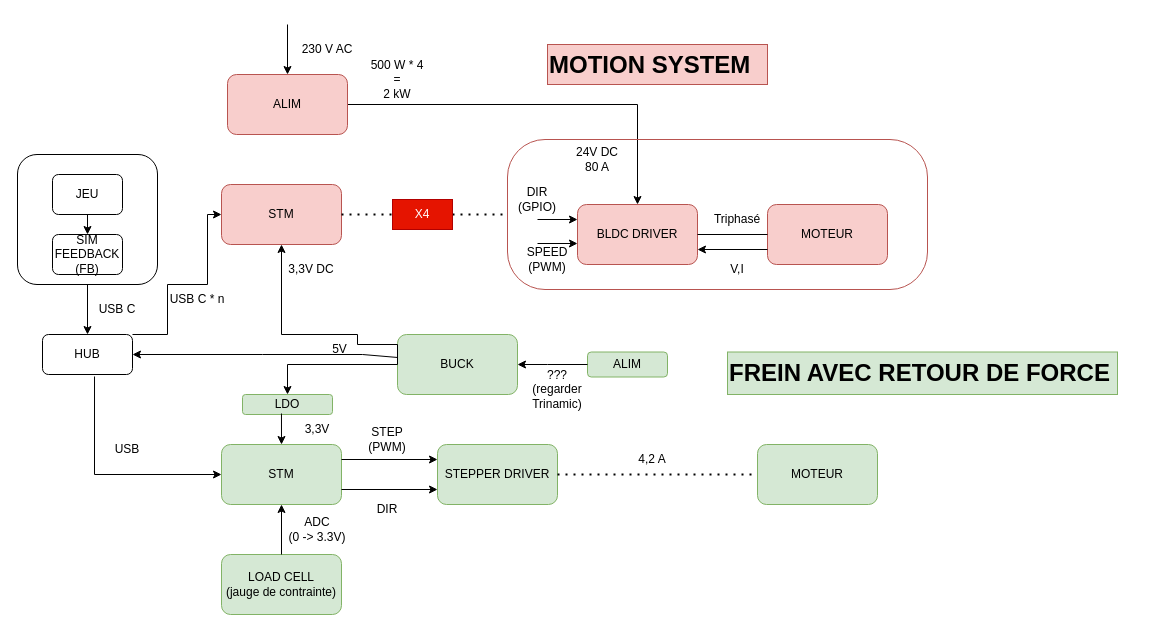
This is Architecture/Diagramme d'architecture BIS.drawio from MOAalpha/2425_Projet1AB_SIMU4DX, a draw.io file, before an edit. Source tidied: cells renumbered, new cells numbered last; positions are measured from the earlier drawing's top-left corner, leaving out a move shared by most shapes. Both pictures are drawn from the tidied source at 100%, with x=0, y=0 at pixel (17, 24).
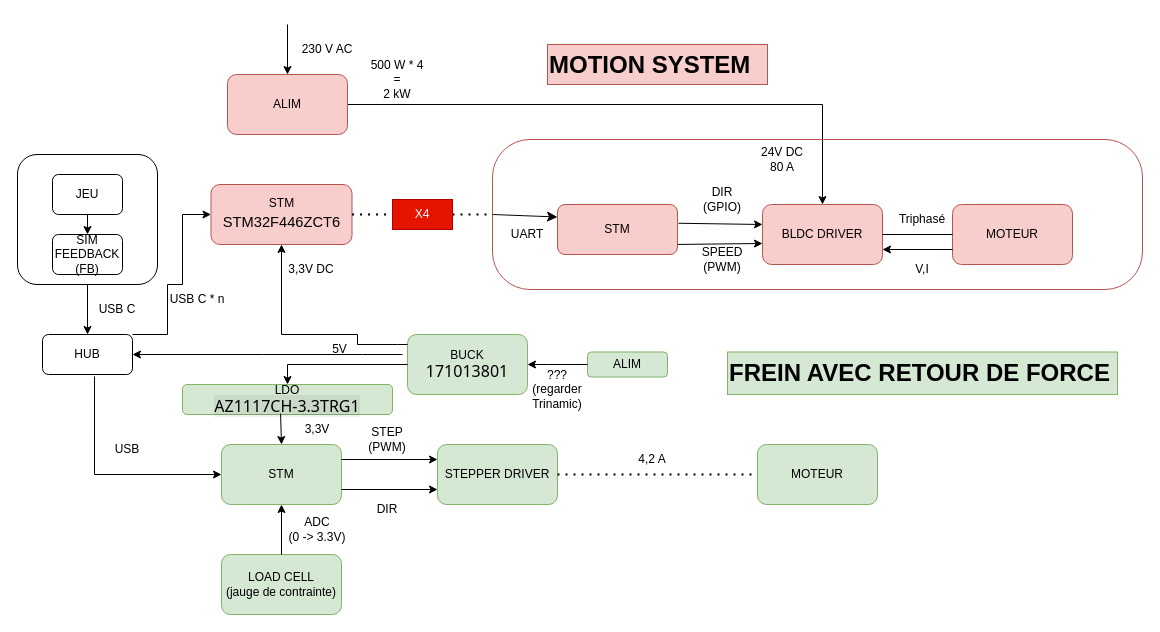
The same diagram, later.

Commit message:
Ajout d'une liaison UART

Unchanged cells that the change refers to:
```xml
<mxCell id="9" value="STM" style="rounded=1;whiteSpace=wrap;html=1;fillColor=#d5e8d4;strokeColor=#82b366;" parent="1" vertex="1">
  <mxGeometry x="204" y="420" width="120" height="60" as="geometry" />
</mxCell>
<mxCell id="10" value="HUB" style="rounded=1;whiteSpace=wrap;html=1;" parent="1" vertex="1">
  <mxGeometry x="25" y="310" width="90" height="40" as="geometry" />
</mxCell>
```

What changed in the source:
```diff
@@
-    <mxCell id="5" value="STM" style="rounded=1;whiteSpace=wrap;html=1;fillColor=#f8cecc;strokeColor=#b85450;" parent="1" vertex="1">
-      <mxGeometry x="204" y="160" width="120" height="60" as="geometry" />
+    <mxCell id="5" value="STM&lt;div&gt;&lt;div style=&quot;font-size: medium;&quot;&gt;&lt;table style=&quot;border-collapse: collapse; width: 116pt;&quot; width=&quot;154&quot;&gt;&lt;colgroup&gt;&lt;col style=&quot;width: 116pt;&quot; width=&quot;154&quot;&gt;&lt;/colgroup&gt;&lt;tbody&gt;&lt;tr style=&quot;height: 15pt;&quot; height=&quot;20&quot;&gt;&lt;td style=&quot;padding-top: 1px; padding-right: 1px; padding-left: 1px; font-size: 11pt; font-family: &amp;quot;Aptos Narrow&amp;quot;, sans-serif; vertical-align: bottom; border: none; text-wrap-mode: nowrap; width: 116pt; height: 15pt;&quot; height=&quot;20&quot; width=&quot;154&quot;&gt;STM32F446ZCT6&lt;/td&gt;&lt;/tr&gt;&lt;/tbody&gt;&lt;/table&gt;&lt;/div&gt;&lt;/div&gt;&lt;div&gt;&lt;div style=&quot;font-size: medium; text-align: start;&quot;&gt;&lt;/div&gt;&lt;/div&gt;" style="rounded=1;whiteSpace=wrap;html=1;fillColor=#f8cecc;strokeColor=#b85450;" parent="1" vertex="1">
+      <mxGeometry x="193.5" y="160" width="141" height="60" as="geometry" />
     </mxCell>
     <mxCell id="6" value="BLDC DRIVER" style="rounded=1;whiteSpace=wrap;html=1;fillColor=#f8cecc;strokeColor=#b85450;" parent="1" vertex="1">
-      <mxGeometry x="560" y="180" width="120" height="60" as="geometry" />
+      <mxGeometry x="745" y="180" width="120" height="60" as="geometry" />
     </mxCell>
     <mxCell id="7" value="MOTEUR" style="rounded=1;whiteSpace=wrap;html=1;fillColor=#f8cecc;strokeColor=#b85450;" parent="1" vertex="1">
-      <mxGeometry x="750" y="180" width="120" height="60" as="geometry" />
+      <mxGeometry x="935" y="180" width="120" height="60" as="geometry" />
     </mxCell>
     <mxCell id="8" value="24V DC&lt;div&gt;80 A&lt;/div&gt;" style="text;html=1;align=center;verticalAlign=middle;whiteSpace=wrap;rounded=0;" parent="1" vertex="1">
-      <mxGeometry x="550" y="120" width="60" height="30" as="geometry" />
+      <mxGeometry x="735" y="120" width="60" height="30" as="geometry" />
     </mxCell>
@@
-    <mxCell id="11" value="LDO" style="rounded=1;whiteSpace=wrap;html=1;fillColor=#d5e8d4;strokeColor=#82b366;" parent="1" vertex="1">
-      <mxGeometry x="225" y="370" width="90" height="20" as="geometry" />
+    <mxCell id="11" value="LDO&lt;div&gt;&lt;span style=&quot;font-family: &amp;quot;gg sans&amp;quot;, &amp;quot;Noto Sans&amp;quot;, &amp;quot;Helvetica Neue&amp;quot;, Helvetica, Arial, sans-serif; font-size: 16px; text-align: left; white-space-collapse: break-spaces; background-color: oklab(0.0846607 0.00000385568 0.00000169128 / 0.06);&quot;&gt;&lt;font style=&quot;color: rgb(0, 0, 0);&quot;&gt;AZ1117CH-3.3TRG1&lt;/font&gt;&lt;/span&gt;&lt;/div&gt;" style="rounded=1;whiteSpace=wrap;html=1;fillColor=#d5e8d4;strokeColor=#82b366;" parent="1" vertex="1">
+      <mxGeometry x="165" y="360" width="210" height="30" as="geometry" />
     </mxCell>
-    <mxCell id="12" value="BUCK" style="rounded=1;whiteSpace=wrap;html=1;fillColor=#d5e8d4;strokeColor=#82b366;" parent="1" vertex="1">
-      <mxGeometry x="380" y="310" width="120" height="60" as="geometry" />
+    <mxCell id="12" value="&lt;font style=&quot;color: rgb(0, 0, 0);&quot;&gt;BUCK&lt;/font&gt;&lt;div&gt;&lt;span style=&quot;font-family: &amp;quot;gg sans&amp;quot;, &amp;quot;Noto Sans&amp;quot;, &amp;quot;Helvetica Neue&amp;quot;, Helvetica, Arial, sans-serif; font-size: 16px; text-align: left; white-space-collapse: break-spaces; color: oklab(0.89908 -0.00192907 -0.0048306);&quot;&gt;&lt;font style=&quot;color: rgb(0, 0, 0);&quot;&gt;171013801&lt;/font&gt;&lt;/span&gt;&lt;/div&gt;" style="rounded=1;whiteSpace=wrap;html=1;fillColor=#d5e8d4;strokeColor=#82b366;" parent="1" vertex="1">
+      <mxGeometry x="390" y="310" width="120" height="60" as="geometry" />
     </mxCell>
@@
     <mxCell id="22" style="endArrow=classic;html=1;rounded=0;exitX=1;exitY=0;exitDx=0;exitDy=0;entryX=0;entryY=0.5;entryDx=0;entryDy=0;" parent="1" edge="1" source="10" target="5">
       <mxGeometry relative="1" as="geometry">
         <Array as="points">
           <mxPoint x="150" y="310" />
           <mxPoint x="150" y="260" />
-          <mxPoint x="190" y="260" />
+          <mxPoint x="165" y="260" />
+          <mxPoint x="165" y="190" />
           <mxPoint x="190" y="190" />
         </Array>
       </mxGeometry>
     </mxCell>
-    <mxCell id="23" style="endArrow=classic;html=1;rounded=0;entryX=0.5;entryY=0;entryDx=0;entryDy=0;exitX=0.433;exitY=0.95;exitDx=0;exitDy=0;exitPerimeter=0;" parent="1" edge="1" source="11" target="9">
+    <mxCell id="23" style="endArrow=classic;html=1;rounded=0;entryX=0.5;entryY=0;entryDx=0;entryDy=0;exitX=0.467;exitY=0.967;exitDx=0;exitDy=0;exitPerimeter=0;" parent="1" edge="1" source="11" target="9">
       <mxGeometry relative="1" as="geometry" />
     </mxCell>
@@
     <mxCell id="39" value="Triphasé" style="text;html=1;align=center;verticalAlign=middle;whiteSpace=wrap;rounded=0;" parent="1" vertex="1">
-      <mxGeometry x="690" y="180" width="60" height="30" as="geometry" />
+      <mxGeometry x="875" y="180" width="60" height="30" as="geometry" />
     </mxCell>
@@
     <mxCell id="41" value="V,I" style="text;html=1;align=center;verticalAlign=middle;whiteSpace=wrap;rounded=0;" parent="1" vertex="1">
-      <mxGeometry x="690" y="230" width="60" height="30" as="geometry" />
+      <mxGeometry x="875" y="230" width="60" height="30" as="geometry" />
     </mxCell>
@@
-    <mxCell id="45" style="endArrow=classic;html=1;rounded=0;entryX=1;entryY=0.5;entryDx=0;entryDy=0;exitX=0;exitY=0.383;exitDx=0;exitDy=0;exitPerimeter=0;" parent="1" edge="1" source="12" target="10">
+    <mxCell id="45" style="endArrow=classic;html=1;rounded=0;entryX=1;entryY=0.5;entryDx=0;entryDy=0;" parent="1" edge="1" target="10">
       <mxGeometry relative="1" as="geometry">
+        <mxPoint x="385" y="330" as="sourcePoint" />
         <Array as="points">
           <mxPoint x="345" y="330" />
           <mxPoint x="245" y="330" />
         </Array>
       </mxGeometry>
     </mxCell>
     <mxCell id="46" style="rounded=1;whiteSpace=wrap;html=1;fillColor=none;arcSize=25;strokeColor=#b85450;" parent="1" vertex="1">
-      <mxGeometry x="490" y="115" width="420" height="150" as="geometry" />
+      <mxGeometry x="475" y="115" width="650" height="150" as="geometry" />
     </mxCell>
-    <mxCell id="47" style="endArrow=classic;html=1;rounded=0;entryX=0;entryY=0.25;entryDx=0;entryDy=0;" parent="1" edge="1" target="6">
+    <mxCell id="47" style="endArrow=classic;html=1;rounded=0;exitX=1.008;exitY=0.375;exitDx=0;exitDy=0;exitPerimeter=0;" parent="1" edge="1" source="60">
       <mxGeometry relative="1" as="geometry">
-        <mxPoint x="520" y="195" as="sourcePoint" />
+        <mxPoint x="745" y="200" as="targetPoint" />
       </mxGeometry>
     </mxCell>
-    <mxCell id="48" style="endArrow=classic;html=1;rounded=0;entryX=0;entryY=0.65;entryDx=0;entryDy=0;entryPerimeter=0;" parent="1" edge="1" target="6">
-      <mxGeometry relative="1" as="geometry">
-        <mxPoint x="520" y="219" as="sourcePoint" />
-      </mxGeometry>
+    <mxCell id="48" style="endArrow=classic;html=1;rounded=0;entryX=0;entryY=0.65;entryDx=0;entryDy=0;entryPerimeter=0;exitX=0.946;exitY=0.8;exitDx=0;exitDy=0;exitPerimeter=0;" parent="1" edge="1" source="60" target="6">
+      <mxGeometry relative="1" as="geometry" />
     </mxCell>
     <mxCell id="49" value="DIR (GPIO)" style="text;html=1;align=center;verticalAlign=middle;whiteSpace=wrap;rounded=0;" parent="1" vertex="1">
-      <mxGeometry x="490" y="160" width="60" height="30" as="geometry" />
+      <mxGeometry x="675" y="160" width="60" height="30" as="geometry" />
     </mxCell>
     <mxCell id="50" value="SPEED&lt;div&gt;(PWM)&lt;/div&gt;" style="text;html=1;align=center;verticalAlign=middle;whiteSpace=wrap;rounded=0;" parent="1" vertex="1">
-      <mxGeometry x="500" y="220" width="60" height="30" as="geometry" />
+      <mxGeometry x="675" y="220" width="60" height="30" as="geometry" />
     </mxCell>
-    <mxCell id="51" style="endArrow=classic;html=1;rounded=0;entryX=0.5;entryY=1;entryDx=0;entryDy=0;exitX=0;exitY=0.5;exitDx=0;exitDy=0;" parent="1" edge="1" source="12" target="5">
+    <mxCell id="51" style="endArrow=classic;html=1;rounded=0;entryX=0.5;entryY=1;entryDx=0;entryDy=0;" parent="1" edge="1" target="5">
       <mxGeometry relative="1" as="geometry">
+        <mxPoint x="390" y="320" as="sourcePoint" />
         <Array as="points">
           <mxPoint x="380" y="320" />
           <mxPoint x="340" y="320" />
           <mxPoint x="340" y="310" />
           <mxPoint x="264" y="310" />
         </Array>
       </mxGeometry>
     </mxCell>
@@
+    <mxCell id="60" value="STM" style="rounded=1;whiteSpace=wrap;html=1;fillColor=#f8cecc;strokeColor=#b85450;" parent="1" vertex="1">
+      <mxGeometry x="540" y="180" width="120" height="50" as="geometry" />
+    </mxCell>
+    <mxCell id="61" style="endArrow=classic;html=1;rounded=0;fontSize=12;startSize=8;endSize=8;curved=1;exitX=0;exitY=0.5;exitDx=0;exitDy=0;entryX=0;entryY=0.25;entryDx=0;entryDy=0;" parent="1" edge="1" source="46" target="60">
+      <mxGeometry relative="1" as="geometry" />
+    </mxCell>
+    <mxCell id="62" value="UART" style="text;html=1;align=center;verticalAlign=middle;whiteSpace=wrap;rounded=0;" parent="1" vertex="1">
+      <mxGeometry x="480" y="195" width="60" height="30" as="geometry" />
+    </mxCell>
```
